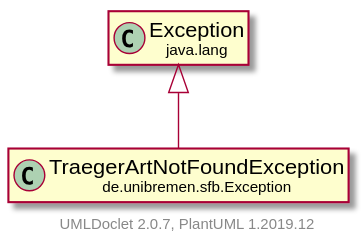
This is doc/UML/modulsichtSVG/TraegerArtNotFoundException.svg from fkehlenb/softwareprojekt-2, a PlantUML export, as it was before one commit. The source it was exported from:
```plantuml
@startuml
    set namespaceSeparator none
    hide empty fields
    hide empty methods

    class "<size:14>TraegerArtNotFoundException\n<size:10>de.unibremen.sfb.Exception" as de.unibremen.sfb.Exception.TraegerArtNotFoundException [[TraegerArtNotFoundException.html]]

    class "<size:14>Exception\n<size:10>java.lang" as java.lang.Exception [[https://docs.oracle.com/en/java/javase/11/docs/api/java.base/java/lang/Exception.html?is-external=true]]

    java.lang.Exception <|-- de.unibremen.sfb.Exception.TraegerArtNotFoundException

    center footer UMLDoclet 2.0.7, PlantUML 1.2019.12
@enduml
```
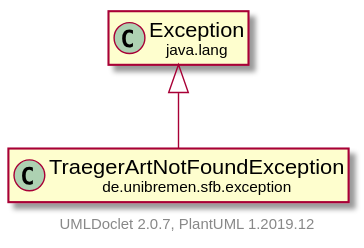
After the commit.

Change to the diagram source:
```diff
@@ -3,11 +3,11 @@
     hide empty fields
     hide empty methods
 
-    class "<size:14>TraegerArtNotFoundException\n<size:10>de.unibremen.sfb.Exception" as de.unibremen.sfb.Exception.TraegerArtNotFoundException [[TraegerArtNotFoundException.html]]
+    class "<size:14>TraegerArtNotFoundException\n<size:10>de.unibremen.sfb.exception" as de.unibremen.sfb.exception.TraegerArtNotFoundException [[TraegerArtNotFoundException.html]]
 
-    class "<size:14>Exception\n<size:10>java.lang" as java.lang.Exception [[https://docs.oracle.com/en/java/javase/11/docs/api/java.base/java/lang/Exception.html?is-external=true]]
+    class "<size:14>exception\n<size:10>java.lang" as java.lang.exception [[https://docs.oracle.com/en/java/javase/11/docs/api/java.base/java/lang/Exception.html?is-external=true]]
 
-    java.lang.Exception <|-- de.unibremen.sfb.Exception.TraegerArtNotFoundException
+    java.lang.exception <|-- de.unibremen.sfb.exception.TraegerArtNotFoundException
 
     center footer UMLDoclet 2.0.7, PlantUML 1.2019.12
 @enduml
```
